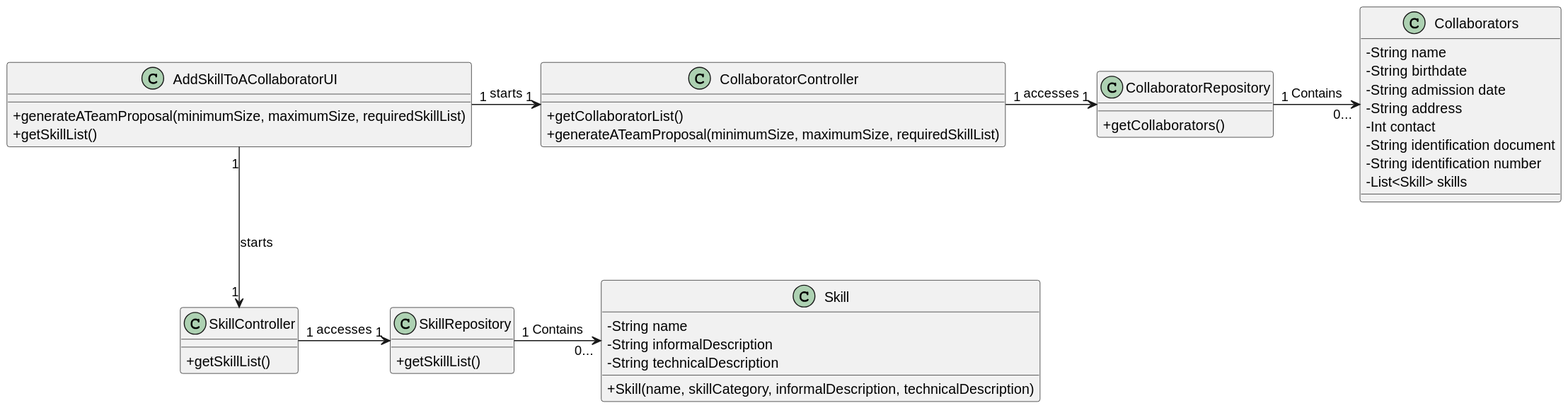
The PlantUML diagram docs/sprintB/us005/03.design/svg/us005-class-diagram.svg in RicardoMorim/lapr2-ISEP-Project, before a commit.
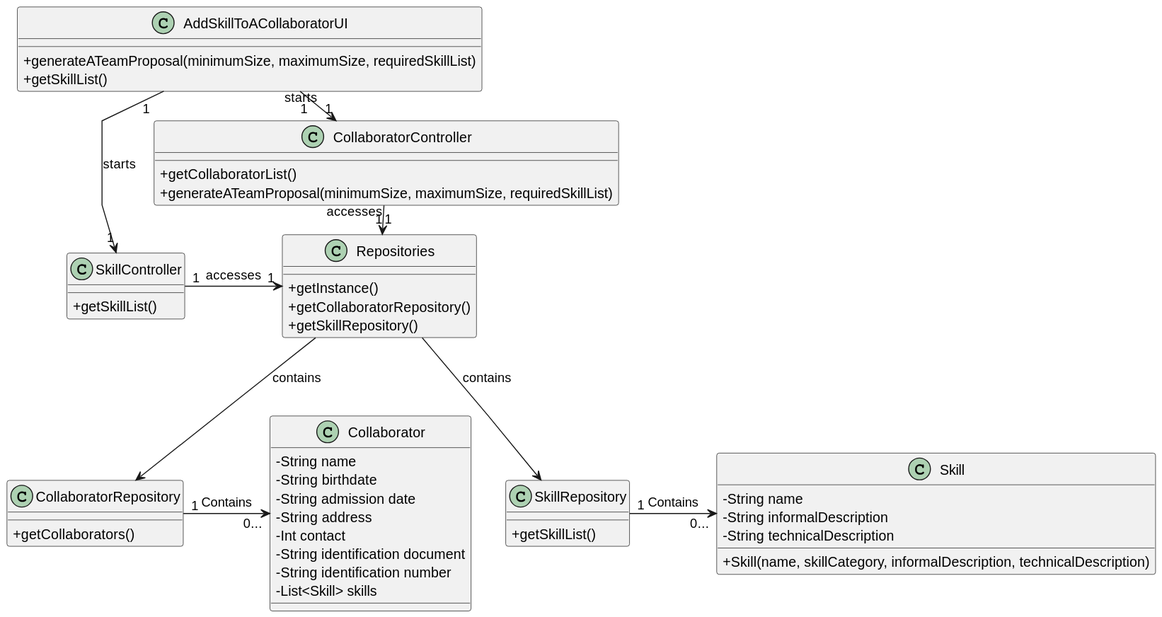
After the commit.

Diff of the diagram source:
```diff
@@ -6,13 +6,10 @@
 skinparam classAttributeIconSize 0
 
 
-
 class Skill {
     - String name
     - String informalDescription
     - String technicalDescription
-
-
     + Skill(name, skillCategory, informalDescription, technicalDescription)
 }
 
@@ -20,43 +17,47 @@
     + getSkillList()
 }
 
+class Collaborator {
+    - String name
+    - String birthdate
+    - String admission date
+    - String address
+    - Int contact
+    - String identification document
+    - String identification number
+    - List<Skill> skills
+}
 
+class CollaboratorController {
+    + getCollaboratorList()
+    + generateATeamProposal(minimumSize, maximumSize, requiredSkillList)
+}
 
 class AddSkillToACollaboratorUI {
-
     + generateATeamProposal(minimumSize, maximumSize, requiredSkillList)
     + getSkillList()
 }
 
-class CollaboratorRepository{
+class CollaboratorRepository {
     + getCollaborators()
 }
 
-class SkillRepository{
+class SkillRepository {
     + getSkillList()
 }
 
-class Collaborators{
-    -String name
-    -String birthdate
-    -String admission date
-    -String address
-    -Int contact
-    -String identification document
-    -String identification number
-    -List<Skill> skills
-}
-
-class CollaboratorController{
-
-    + getCollaboratorList()
-    + generateATeamProposal(minimumSize, maximumSize, requiredSkillList)
+class Repositories {
+    + getInstance()
+    + getCollaboratorRepository()
+    + getSkillRepository()
 }
 
 AddSkillToACollaboratorUI "1" --> "1" SkillController: starts
-SkillController "1" -> "1" SkillRepository: accesses
+SkillController "1" -> "1" Repositories: accesses
 AddSkillToACollaboratorUI "1" -> "1" CollaboratorController: starts
-CollaboratorController "1" -> "1" CollaboratorRepository: accesses
-CollaboratorRepository "1" -> "0..." Collaborators : Contains
+CollaboratorController "1" -> "1" Repositories: accesses
+Repositories --> CollaboratorRepository: contains
+Repositories --> SkillRepository: contains
+CollaboratorRepository "1" -> "0..." Collaborator : Contains
 SkillRepository "1" -> "0..." Skill : Contains
 @enduml
```
